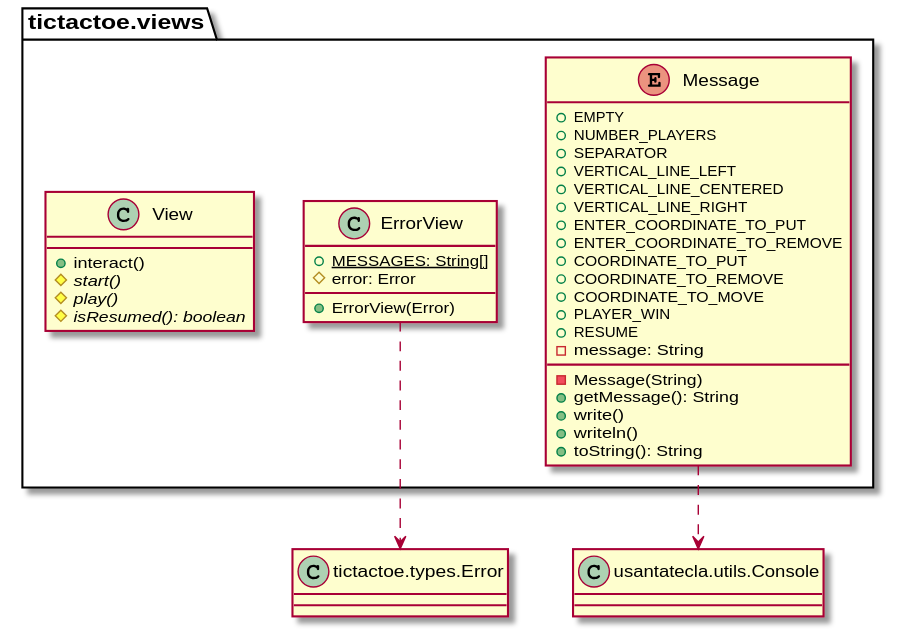
Above: modelViewPresenter/presentationModel/basic/docs/diagrams/out/paquetes/paqueteTicTacToeViews.svg in Jolucaa/USantaTecla-project-ticTacToe (PlantUML), before the change. The source it was exported from:
```plantuml
@startuml
class Error as "tictactoe.types.Error" {}
class Console as "usantatecla.utils.Console" {}

class  tictactoe.views.ErrorView{
+ {static} MESSAGES: String[]
# error: Error
+ ErrorView(Error)
}
tictactoe.views.ErrorView .down.> Error

enum  tictactoe.views.Message{
+ EMPTY
+ NUMBER_PLAYERS
+ SEPARATOR
+ VERTICAL_LINE_LEFT
+ VERTICAL_LINE_CENTERED
+ VERTICAL_LINE_RIGHT
+ ENTER_COORDINATE_TO_PUT
+ ENTER_COORDINATE_TO_REMOVE
+ COORDINATE_TO_PUT
+ COORDINATE_TO_REMOVE
+ COORDINATE_TO_MOVE
+ PLAYER_WIN
+ RESUME
- message: String
- Message(String)
+ getMessage(): String
+ write()
+ writeln()
+ toString(): String
}

tictactoe.views.Message .down.> Console

class tictactoe.views.View {
+ interact()
# {abstract} start()
# {abstract} play()
# {abstract} isResumed(): boolean
}
@enduml
```
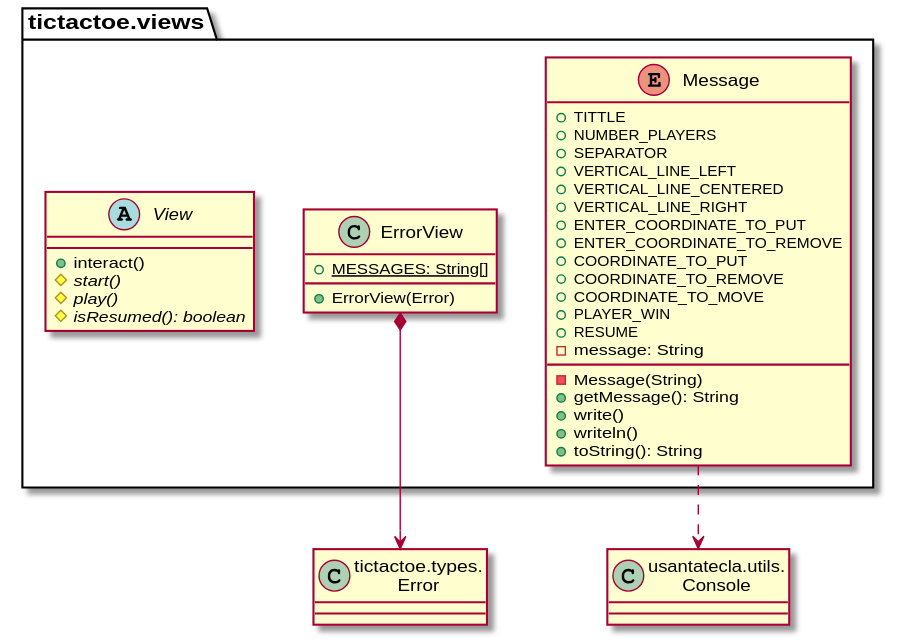
Later version of the same file.

Diff of the diagram source:
```diff
@@ -1,16 +1,15 @@
 @startuml
-class Error as "tictactoe.types.Error" {}
-class Console as "usantatecla.utils.Console" {}
+class Error as "tictactoe.types.\nError" {}
+class Console as "usantatecla.utils.\nConsole" {}
 
 class  tictactoe.views.ErrorView{
 + {static} MESSAGES: String[]
-# error: Error
 + ErrorView(Error)
 }
-tictactoe.views.ErrorView .down.> Error
+tictactoe.views.ErrorView *-down-> Error
 
 enum  tictactoe.views.Message{
-+ EMPTY
++ TITTLE
 + NUMBER_PLAYERS
 + SEPARATOR
 + VERTICAL_LINE_LEFT
@@ -33,7 +32,7 @@
 
 tictactoe.views.Message .down.> Console
 
-class tictactoe.views.View {
+abstract class tictactoe.views.View {
 + interact()
 # {abstract} start()
 # {abstract} play()
```
